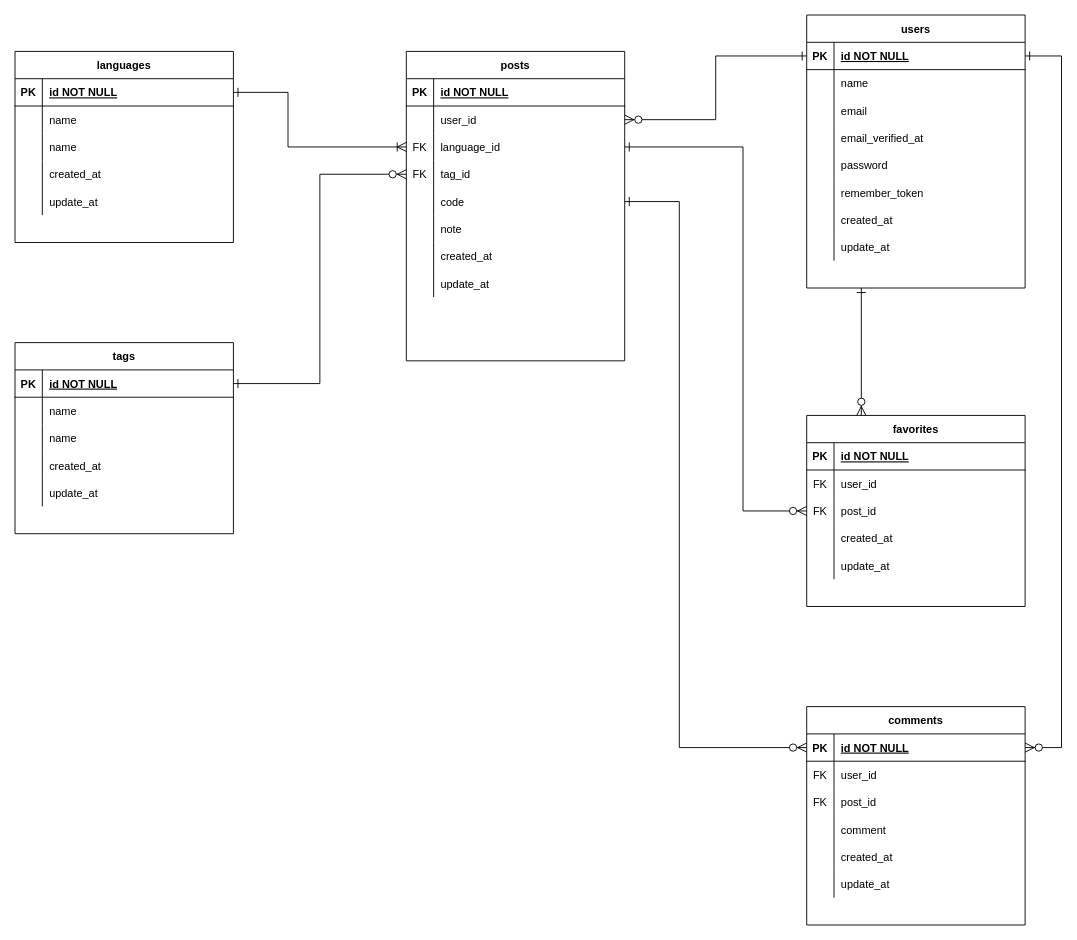
Above: bitcode.drawio in 0gravity000/er001 (draw.io), before the change. Source tidied: cells renumbered, new cells numbered last; positions are measured from the earlier drawing's top-left corner, leaving out a move shared by most shapes. Both pictures are drawn from the tidied source at 91%, with x=0, y=0 at pixel (15, 15).
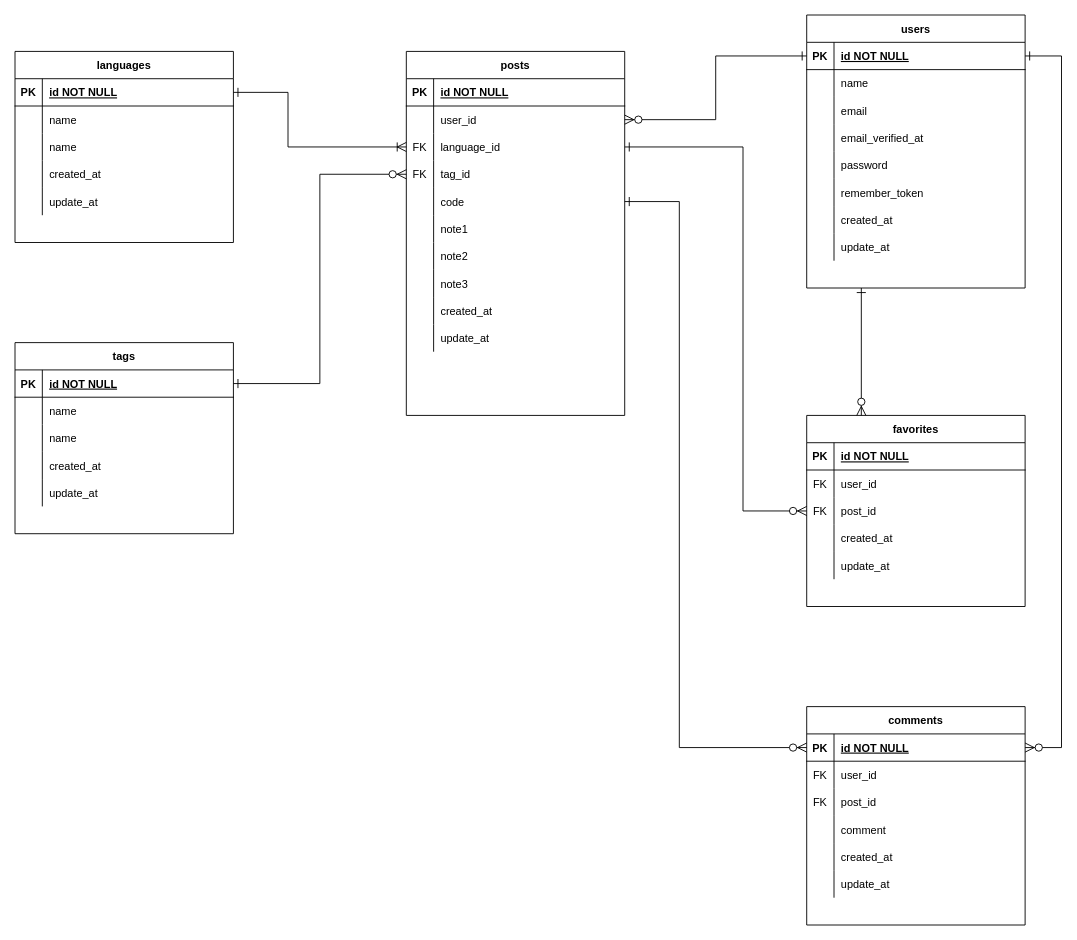
Above is the later version.

Unchanged cells that the change refers to:
```xml
<mxCell id="18" style="shape=partialRectangle;fillColor=none;top=0;left=0;right=0;bottom=0;" parent="2" vertex="1">
  <mxGeometry y="180" width="240" height="30" as="geometry" />
</mxCell>
```

Change to the diagram source:
```diff
@@
     <mxCell id="2" value="posts" style="shape=table;startSize=30;childLayout=tableLayout;rowLines=0;fontStyle=1;align=center;" parent="1" vertex="1">
-      <mxGeometry x="430" y="40" width="240" height="340" as="geometry" />
+      <mxGeometry x="430" y="40" width="240" height="400" as="geometry" />
     </mxCell>
@@
-    <mxCell id="20" value="note" style="shape=partialRectangle;overflow=hidden;fillColor=none;top=0;left=0;bottom=0;right=0;align=left;spacingLeft=6;" parent="18" vertex="1">
+    <mxCell id="20" value="note1" style="shape=partialRectangle;overflow=hidden;fillColor=none;top=0;left=0;bottom=0;right=0;align=left;spacingLeft=6;" parent="18" vertex="1">
       <mxGeometry x="30" width="210" height="30" as="geometry" />
     </mxCell>
+    <mxCell id="126" style="shape=partialRectangle;fillColor=none;top=0;left=0;right=0;bottom=0;" parent="2" vertex="1">
+      <mxGeometry y="210" width="240" height="30" as="geometry" />
+    </mxCell>
+    <mxCell id="127" style="shape=partialRectangle;overflow=hidden;fillColor=none;top=0;left=0;bottom=0;right=0;" parent="126" vertex="1">
+      <mxGeometry width="30" height="30" as="geometry" />
+    </mxCell>
+    <mxCell id="128" value="note2" style="shape=partialRectangle;overflow=hidden;fillColor=none;top=0;left=0;bottom=0;right=0;align=left;spacingLeft=6;" parent="126" vertex="1">
+      <mxGeometry x="30" width="210" height="30" as="geometry" />
+    </mxCell>
+    <mxCell id="129" style="shape=partialRectangle;fillColor=none;top=0;left=0;right=0;bottom=0;" parent="2" vertex="1">
+      <mxGeometry y="240" width="240" height="30" as="geometry" />
+    </mxCell>
+    <mxCell id="130" style="shape=partialRectangle;overflow=hidden;fillColor=none;top=0;left=0;bottom=0;right=0;" parent="129" vertex="1">
+      <mxGeometry width="30" height="30" as="geometry" />
+    </mxCell>
+    <mxCell id="131" value="note3" style="shape=partialRectangle;overflow=hidden;fillColor=none;top=0;left=0;bottom=0;right=0;align=left;spacingLeft=6;" parent="129" vertex="1">
+      <mxGeometry x="30" width="210" height="30" as="geometry" />
+    </mxCell>
     <mxCell id="21" style="shape=partialRectangle;fillColor=none;top=0;left=0;right=0;bottom=0;" parent="2" vertex="1">
-      <mxGeometry y="210" width="240" height="30" as="geometry" />
+      <mxGeometry y="270" width="240" height="30" as="geometry" />
     </mxCell>
@@
     <mxCell id="24" style="shape=partialRectangle;fillColor=none;top=0;left=0;right=0;bottom=0;" parent="2" vertex="1">
-      <mxGeometry y="240" width="240" height="30" as="geometry" />
+      <mxGeometry y="300" width="240" height="30" as="geometry" />
     </mxCell>
```
